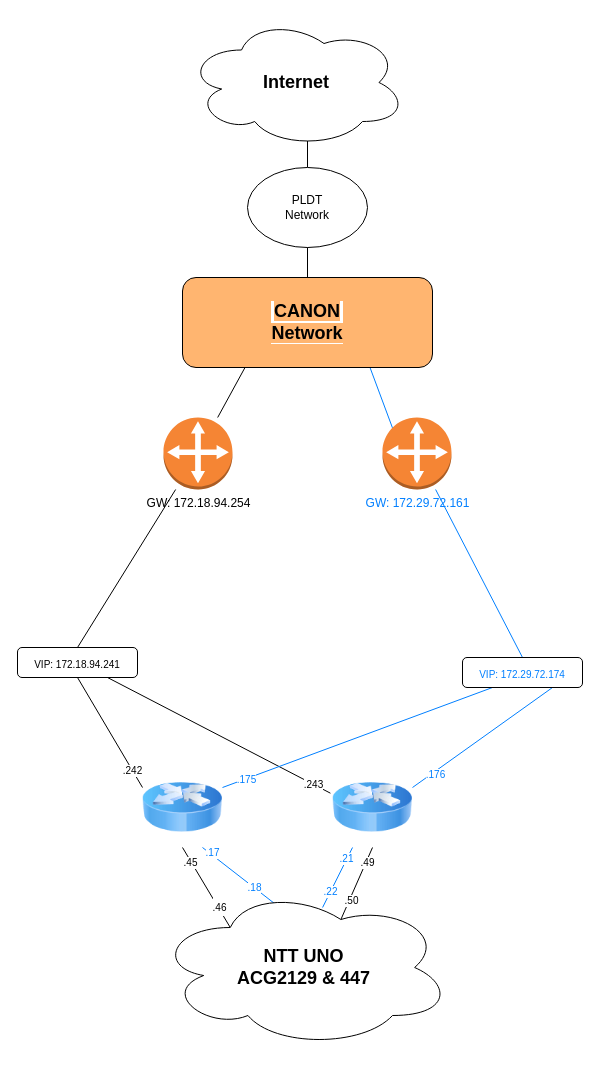
Earlier version of the draw.io diagram Canon-mind draw-topology.drawio (henry1212/henry1212.github.io). Source tidied: cells renumbered, new cells numbered last; positions are measured from the earlier drawing's top-left corner, leaving out a move shared by most shapes. Both pictures are drawn from the tidied source at 100%, with x=0, y=0 at pixel (17, 17).
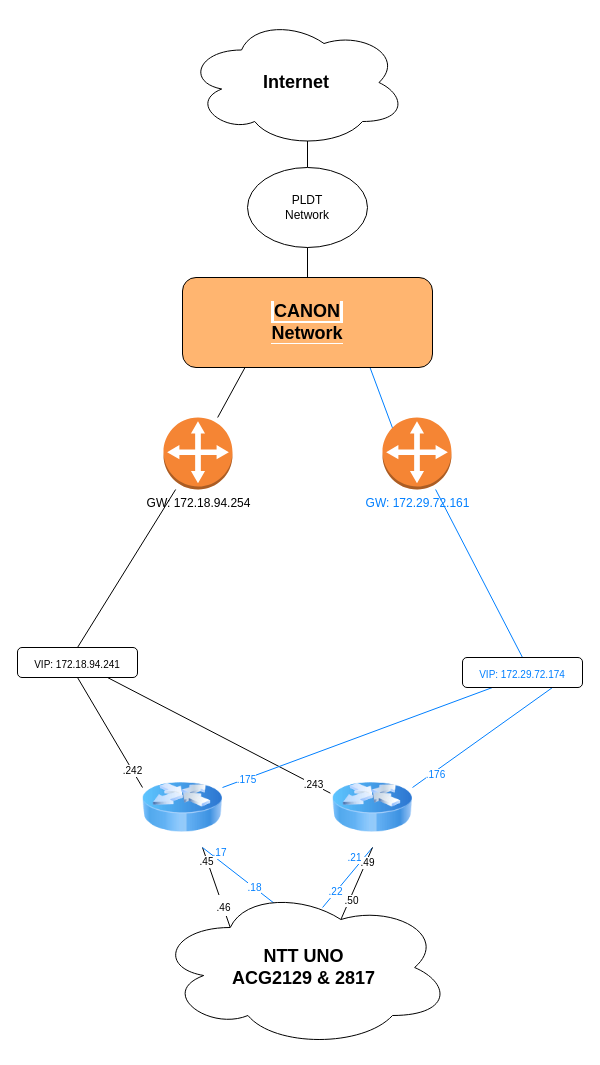
The same diagram, later.

The change refers to these unchanged cells:
```xml
<mxCell id="8" style="edgeStyle=none;rounded=0;jettySize=auto;html=1;entryX=0.4;entryY=0.1;entryDx=0;entryDy=0;entryPerimeter=0;strokeColor=#007FFF;fontSize=10;fontColor=#007FFF;exitX=0.75;exitY=1;exitDx=0;exitDy=0;endArrow=none;endFill=0;" parent="1" edge="1" source="11" target="23">
  <mxGeometry relative="1" as="geometry" />
</mxCell>
<mxCell id="11" style="image;html=1;image=img/lib/clip_art/networking/Router_Icon_128x128.png;" parent="1" vertex="1">
  <mxGeometry x="125" y="750" width="80" height="80" as="geometry" />
</mxCell>
<mxCell id="18" style="image;html=1;image=img/lib/clip_art/networking/Router_Icon_128x128.png;" parent="1" vertex="1">
  <mxGeometry x="315" y="750" width="80" height="80" as="geometry" />
</mxCell>
```

What changed in the source:
```diff
@@
-    <mxCell id="5" style="edgeStyle=none;rounded=0;jettySize=auto;html=1;exitX=0.5;exitY=1;exitDx=0;exitDy=0;strokeColor=#000000;fontSize=10;fontColor=#007FFF;entryX=0.25;entryY=0.25;entryDx=0;entryDy=0;entryPerimeter=0;endArrow=none;endFill=0;" parent="1" edge="1" source="11" target="23">
+    <mxCell id="5" style="edgeStyle=none;rounded=0;jettySize=auto;html=1;exitX=0.75;exitY=1;exitDx=0;exitDy=0;strokeColor=#000000;fontSize=10;fontColor=#007FFF;entryX=0.25;entryY=0.25;entryDx=0;entryDy=0;entryPerimeter=0;endArrow=none;endFill=0;" parent="1" edge="1" source="11" target="23">
       <mxGeometry relative="1" as="geometry" />
     </mxCell>
@@
     <mxCell id="9" value="&lt;font color=&quot;#007fff&quot;&gt;.17&lt;/font&gt;" style="edgeLabel;html=1;align=center;verticalAlign=middle;fontSize=10;fontColor=#000000;" parent="8" vertex="1">
-      <mxGeometry x="-0.77" y="2" relative="1" as="geometry" />
+      <mxGeometry x="-0.77" y="2" relative="1" as="geometry">
+        <mxPoint x="7" as="offset" />
+      </mxGeometry>
     </mxCell>
@@
-    <mxCell id="12" style="edgeStyle=none;rounded=0;jettySize=auto;html=1;entryX=0.563;entryY=0.125;entryDx=0;entryDy=0;entryPerimeter=0;strokeColor=#007FFF;fontSize=10;fontColor=#007FFF;endArrow=none;endFill=0;" parent="1" edge="1" source="18" target="23">
+    <mxCell id="12" style="edgeStyle=none;rounded=0;jettySize=auto;html=1;entryX=0.563;entryY=0.125;entryDx=0;entryDy=0;entryPerimeter=0;strokeColor=#007FFF;fontSize=10;fontColor=#007FFF;endArrow=none;endFill=0;exitX=0.5;exitY=1;exitDx=0;exitDy=0;" parent="1" edge="1" source="18" target="23">
       <mxGeometry relative="1" as="geometry" />
     </mxCell>
     <mxCell id="13" value=".21" style="edgeLabel;html=1;align=center;verticalAlign=middle;fontSize=10;fontColor=#007FFF;" parent="12" vertex="1">
       <mxGeometry x="-0.74" y="-2" relative="1" as="geometry">
-        <mxPoint x="-1" y="3" as="offset" />
+        <mxPoint x="-11" y="3" as="offset" />
       </mxGeometry>
     </mxCell>
@@
-    <mxCell id="23" value="&lt;font style=&quot;font-size: 18px;&quot;&gt;&lt;b&gt;NTT UNO&lt;br&gt;ACG2129 &amp;amp; 447&lt;/b&gt;&lt;/font&gt;" style="ellipse;shape=cloud;whiteSpace=wrap;html=1;" parent="1" vertex="1">
+    <mxCell id="23" value="&lt;font style=&quot;font-size: 18px;&quot;&gt;&lt;b&gt;NTT UNO&lt;br&gt;ACG2129 &amp;amp; 2817&lt;/b&gt;&lt;/font&gt;" style="ellipse;shape=cloud;whiteSpace=wrap;html=1;" parent="1" vertex="1">
       <mxGeometry x="139" y="870" width="295" height="160" as="geometry" />
     </mxCell>
```
